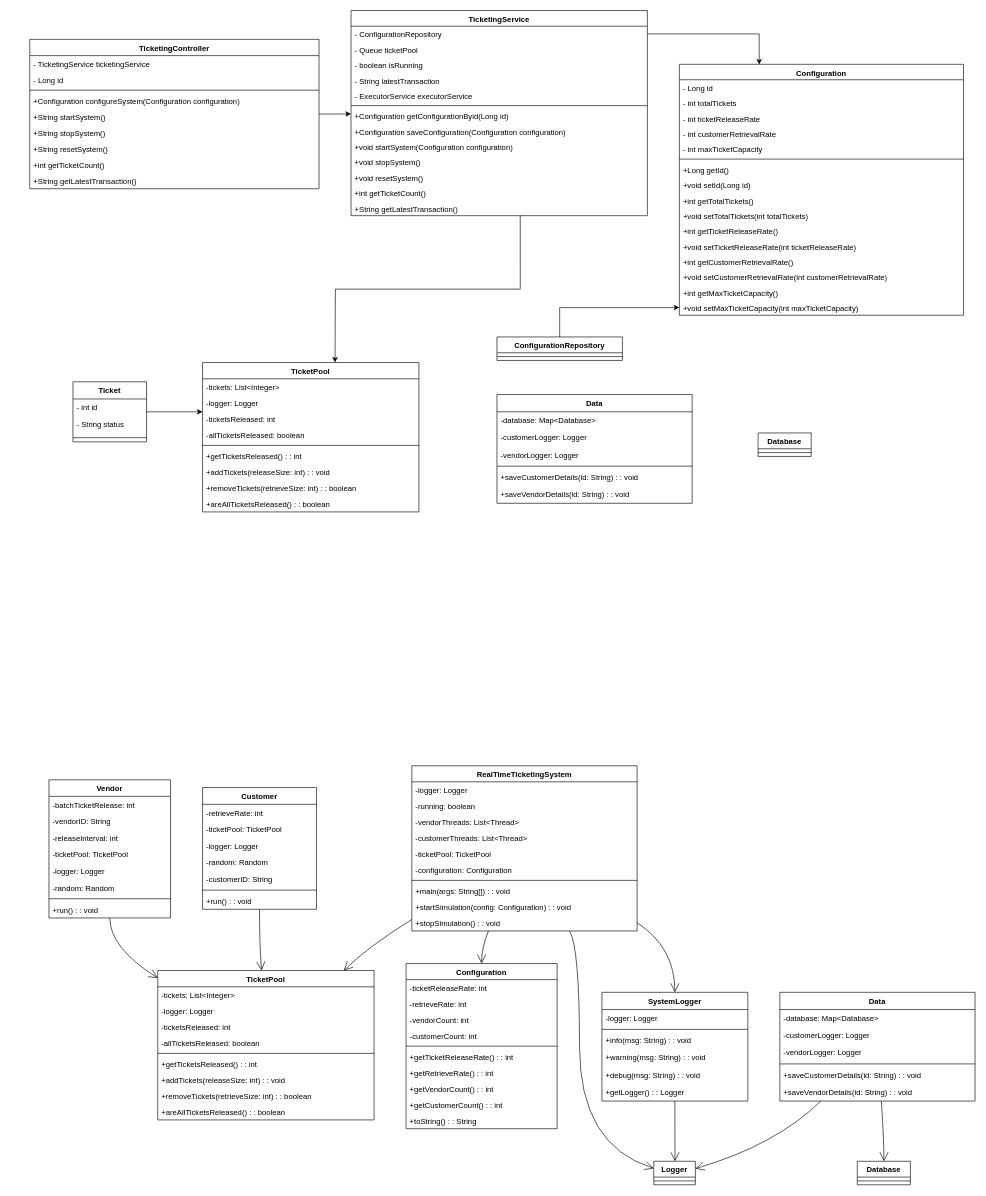
Before: TMS Class Diagram.drawio in ShenalSen/Real-Time-Event-Ticketing-System-with-Advanced-Producer-Consumer-Implementation, a draw.io diagram. Source tidied: cells renumbered, new cells numbered last; positions are measured from the earlier drawing's top-left corner, leaving out a move shared by most shapes. Both pictures are drawn from the tidied source at 64%, with x=0, y=0 at pixel (29, 10).
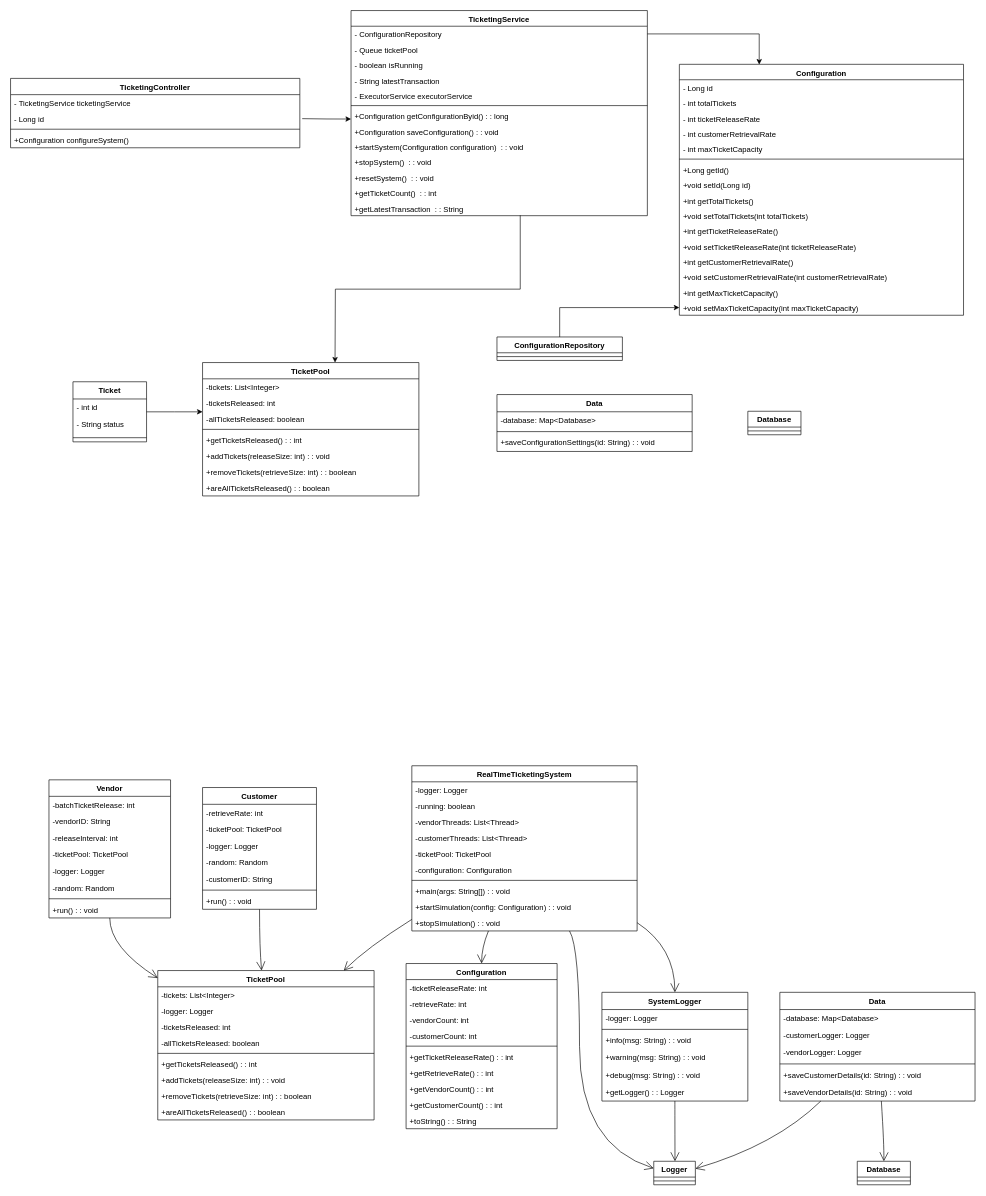
Above is the later version.

Unchanged cells that the change refers to:
```xml
<mxCell id="34" value="TicketingService" style="swimlane;fontStyle=1;align=center;verticalAlign=top;horizontal=1;startSize=24.47692401592548;" parent="1" vertex="1">
  <mxGeometry x="502" width="463" height="320.5" as="geometry" />
</mxCell>
```

Diff of the diagram source:
```diff
@@
-    <mxCell id="2" style="edgeStyle=orthogonalEdgeStyle;rounded=0;jettySize=auto;html=1;entryX=0;entryY=0.372;entryDx=0;entryDy=0;entryPerimeter=0;" parent="1" edge="1" source="3" target="41">
-      <mxGeometry relative="1" as="geometry" />
-    </mxCell>
     <mxCell id="3" value="TicketingController" style="swimlane;fontStyle=1;align=center;verticalAlign=top;horizontal=1;startSize=25.400000678168404;" parent="1" vertex="1">
-      <mxGeometry y="45" width="452" height="233.4" as="geometry" />
+      <mxGeometry x="-30" y="106" width="452" height="108.4" as="geometry" />
     </mxCell>
@@
-    <mxCell id="7" value="+Configuration configureSystem(Configuration configuration)" style="text;strokeColor=none;fillColor=none;align=left;verticalAlign=top;spacingLeft=4;spacingRight=4;overflow=hidden;" parent="3" vertex="1">
+    <mxCell id="7" value="+Configuration configureSystem()" style="text;strokeColor=none;fillColor=none;align=left;verticalAlign=top;spacingLeft=4;spacingRight=4;overflow=hidden;" parent="3" vertex="1">
       <mxGeometry y="83.4" width="452" height="25" as="geometry" />
     </mxCell>
-    <mxCell id="8" value="+String startSystem()" style="text;strokeColor=none;fillColor=none;align=left;verticalAlign=top;spacingLeft=4;spacingRight=4;overflow=hidden;" parent="3" vertex="1">
-      <mxGeometry y="108.4" width="452" height="25" as="geometry" />
-    </mxCell>
-    <mxCell id="9" value="+String stopSystem()" style="text;strokeColor=none;fillColor=none;align=left;verticalAlign=top;spacingLeft=4;spacingRight=4;overflow=hidden;" parent="3" vertex="1">
-      <mxGeometry y="133.4" width="452" height="25" as="geometry" />
-    </mxCell>
-    <mxCell id="10" value="+String resetSystem()" style="text;strokeColor=none;fillColor=none;align=left;verticalAlign=top;spacingLeft=4;spacingRight=4;overflow=hidden;" parent="3" vertex="1">
-      <mxGeometry y="158.4" width="452" height="25" as="geometry" />
-    </mxCell>
-    <mxCell id="11" value="+int getTicketCount()" style="text;strokeColor=none;fillColor=none;align=left;verticalAlign=top;spacingLeft=4;spacingRight=4;overflow=hidden;" parent="3" vertex="1">
-      <mxGeometry y="183.4" width="452" height="25" as="geometry" />
-    </mxCell>
-    <mxCell id="12" value="+String getLatestTransaction()" style="text;strokeColor=none;fillColor=none;align=left;verticalAlign=top;spacingLeft=4;spacingRight=4;overflow=hidden;" parent="3" vertex="1">
-      <mxGeometry y="208.4" width="452" height="25" as="geometry" />
-    </mxCell>
@@
-    <mxCell id="41" value="+Configuration getConfigurationByid(Long id)" style="text;strokeColor=none;fillColor=none;align=left;verticalAlign=top;spacingLeft=4;spacingRight=4;overflow=hidden;points=[[0,0.5],[1,0.5]];portConstraint=eastwest;" parent="34" vertex="1">
+    <mxCell id="41" value="+Configuration getConfigurationByid() : : long" style="text;strokeColor=none;fillColor=none;align=left;verticalAlign=top;spacingLeft=4;spacingRight=4;overflow=hidden;points=[[0,0.5],[1,0.5]];portConstraint=eastwest;" parent="34" vertex="1">
       <mxGeometry y="152.5" width="463" height="24" as="geometry" />
     </mxCell>
-    <mxCell id="42" value="+Configuration saveConfiguration(Configuration configuration)" style="text;strokeColor=none;fillColor=none;align=left;verticalAlign=top;spacingLeft=4;spacingRight=4;overflow=hidden;" parent="34" vertex="1">
+    <mxCell id="42" value="+Configuration saveConfiguration() : : void" style="text;strokeColor=none;fillColor=none;align=left;verticalAlign=top;spacingLeft=4;spacingRight=4;overflow=hidden;" parent="34" vertex="1">
       <mxGeometry y="176.5" width="463" height="24" as="geometry" />
     </mxCell>
-    <mxCell id="43" value="+void startSystem(Configuration configuration)" style="text;strokeColor=none;fillColor=none;align=left;verticalAlign=top;spacingLeft=4;spacingRight=4;overflow=hidden;" parent="34" vertex="1">
+    <mxCell id="43" value="+startSystem(Configuration configuration)  : : void" style="text;strokeColor=none;fillColor=none;align=left;verticalAlign=top;spacingLeft=4;spacingRight=4;overflow=hidden;" parent="34" vertex="1">
       <mxGeometry y="200.5" width="463" height="24" as="geometry" />
     </mxCell>
-    <mxCell id="44" value="+void stopSystem()" style="text;strokeColor=none;fillColor=none;align=left;verticalAlign=top;spacingLeft=4;spacingRight=4;overflow=hidden;" parent="34" vertex="1">
+    <mxCell id="44" value="+stopSystem()  : : void" style="text;strokeColor=none;fillColor=none;align=left;verticalAlign=top;spacingLeft=4;spacingRight=4;overflow=hidden;" parent="34" vertex="1">
       <mxGeometry y="224.5" width="463" height="24" as="geometry" />
     </mxCell>
-    <mxCell id="45" value="+void resetSystem()" style="text;strokeColor=none;fillColor=none;align=left;verticalAlign=top;spacingLeft=4;spacingRight=4;overflow=hidden;" parent="34" vertex="1">
+    <mxCell id="45" value="+resetSystem()  : : void" style="text;strokeColor=none;fillColor=none;align=left;verticalAlign=top;spacingLeft=4;spacingRight=4;overflow=hidden;" parent="34" vertex="1">
       <mxGeometry y="248.5" width="463" height="24" as="geometry" />
     </mxCell>
-    <mxCell id="46" value="+int getTicketCount()" style="text;strokeColor=none;fillColor=none;align=left;verticalAlign=top;spacingLeft=4;spacingRight=4;overflow=hidden;" parent="34" vertex="1">
+    <mxCell id="46" value="+getTicketCount()  : : int" style="text;strokeColor=none;fillColor=none;align=left;verticalAlign=top;spacingLeft=4;spacingRight=4;overflow=hidden;" parent="34" vertex="1">
       <mxGeometry y="272.5" width="463" height="24" as="geometry" />
     </mxCell>
-    <mxCell id="47" value="+String getLatestTransaction()" style="text;strokeColor=none;fillColor=none;align=left;verticalAlign=top;spacingLeft=4;spacingRight=4;overflow=hidden;points=[[0,0.5],[1,0.5]];portConstraint=eastwest;" parent="34" vertex="1">
+    <mxCell id="47" value="+getLatestTransaction  : : String" style="text;strokeColor=none;fillColor=none;align=left;verticalAlign=top;spacingLeft=4;spacingRight=4;overflow=hidden;points=[[0,0.5],[1,0.5]];portConstraint=eastwest;" parent="34" vertex="1">
       <mxGeometry y="296.5" width="463" height="24" as="geometry" />
     </mxCell>
@@
     <mxCell id="127" value="TicketPool" style="swimlane;fontStyle=1;align=center;verticalAlign=top;horizontal=1;startSize=25.400000678168404;" parent="1" vertex="1">
-      <mxGeometry x="270" y="550" width="338" height="233.4" as="geometry" />
+      <mxGeometry x="270" y="550" width="338" height="208.4" as="geometry" />
     </mxCell>
@@
-    <mxCell id="129" value="-logger: Logger" style="text;strokeColor=none;fillColor=none;align=left;verticalAlign=top;spacingLeft=4;spacingRight=4;overflow=hidden;" parent="127" vertex="1">
-      <mxGeometry y="50.4" width="338" height="25" as="geometry" />
-    </mxCell>
     <mxCell id="130" value="-ticketsReleased: int" style="text;strokeColor=none;fillColor=none;align=left;verticalAlign=top;spacingLeft=4;spacingRight=4;overflow=hidden;" parent="127" vertex="1">
-      <mxGeometry y="75.4" width="338" height="25" as="geometry" />
+      <mxGeometry y="50.4" width="338" height="25" as="geometry" />
     </mxCell>
     <mxCell id="131" value="-allTicketsReleased: boolean" style="text;strokeColor=none;fillColor=none;align=left;verticalAlign=top;spacingLeft=4;spacingRight=4;overflow=hidden;" parent="127" vertex="1">
-      <mxGeometry y="100.4" width="338" height="25" as="geometry" />
+      <mxGeometry y="75.4" width="338" height="25" as="geometry" />
     </mxCell>
     <mxCell id="132" style="line;strokeWidth=1;fillColor=none;align=left;verticalAlign=middle;spacingTop=-1;spacingLeft=3;spacingRight=3;labelPosition=right;strokeColor=inherit;" parent="127" vertex="1">
-      <mxGeometry y="125.4" width="338" height="8" as="geometry" />
+      <mxGeometry y="100.4" width="338" height="8" as="geometry" />
     </mxCell>
     <mxCell id="133" value="+getTicketsReleased() : : int" style="text;strokeColor=none;fillColor=none;align=left;verticalAlign=top;spacingLeft=4;spacingRight=4;overflow=hidden;" parent="127" vertex="1">
-      <mxGeometry y="133.4" width="338" height="25" as="geometry" />
+      <mxGeometry y="108.4" width="338" height="25" as="geometry" />
     </mxCell>
     <mxCell id="134" value="+addTickets(releaseSize: int) : : void" style="text;strokeColor=none;fillColor=none;align=left;verticalAlign=top;spacingLeft=4;spacingRight=4;overflow=hidden;" parent="127" vertex="1">
-      <mxGeometry y="158.4" width="338" height="25" as="geometry" />
+      <mxGeometry y="133.4" width="338" height="25" as="geometry" />
     </mxCell>
     <mxCell id="135" value="+removeTickets(retrieveSize: int) : : boolean" style="text;strokeColor=none;fillColor=none;align=left;verticalAlign=top;spacingLeft=4;spacingRight=4;overflow=hidden;" parent="127" vertex="1">
-      <mxGeometry y="183.4" width="338" height="25" as="geometry" />
+      <mxGeometry y="158.4" width="338" height="25" as="geometry" />
     </mxCell>
     <mxCell id="136" value="+areAllTicketsReleased() : : boolean" style="text;strokeColor=none;fillColor=none;align=left;verticalAlign=top;spacingLeft=4;spacingRight=4;overflow=hidden;" parent="127" vertex="1">
-      <mxGeometry y="208.4" width="338" height="25" as="geometry" />
+      <mxGeometry y="183.4" width="338" height="25" as="geometry" />
     </mxCell>
     <mxCell id="137" value="Data" style="swimlane;fontStyle=1;align=center;verticalAlign=top;horizontal=1;startSize=26.899998982747395;" parent="1" vertex="1">
-      <mxGeometry x="730" y="600" width="305" height="169.9" as="geometry" />
+      <mxGeometry x="730" y="600" width="305" height="88.9" as="geometry" />
     </mxCell>
@@
-    <mxCell id="139" value="-customerLogger: Logger" style="text;strokeColor=none;fillColor=none;align=left;verticalAlign=top;spacingLeft=4;spacingRight=4;overflow=hidden;" parent="137" vertex="1">
-      <mxGeometry y="53.9" width="305" height="27" as="geometry" />
-    </mxCell>
-    <mxCell id="140" value="-vendorLogger: Logger" style="text;strokeColor=none;fillColor=none;align=left;verticalAlign=top;spacingLeft=4;spacingRight=4;overflow=hidden;" parent="137" vertex="1">
-      <mxGeometry y="80.9" width="305" height="27" as="geometry" />
-    </mxCell>
     <mxCell id="141" style="line;strokeWidth=1;fillColor=none;align=left;verticalAlign=middle;spacingTop=-1;spacingLeft=3;spacingRight=3;labelPosition=right;strokeColor=inherit;" parent="137" vertex="1">
-      <mxGeometry y="107.9" width="305" height="8" as="geometry" />
+      <mxGeometry y="53.9" width="305" height="8" as="geometry" />
     </mxCell>
-    <mxCell id="142" value="+saveCustomerDetails(id: String) : : void" style="text;strokeColor=none;fillColor=none;align=left;verticalAlign=top;spacingLeft=4;spacingRight=4;overflow=hidden;" parent="137" vertex="1">
-      <mxGeometry y="115.9" width="305" height="27" as="geometry" />
+    <mxCell id="142" value="+saveConfigurationSettings(id: String) : : void" style="text;strokeColor=none;fillColor=none;align=left;verticalAlign=top;spacingLeft=4;spacingRight=4;overflow=hidden;" parent="137" vertex="1">
+      <mxGeometry y="61.9" width="305" height="27" as="geometry" />
     </mxCell>
-    <mxCell id="143" value="+saveVendorDetails(id: String) : : void" style="text;strokeColor=none;fillColor=none;align=left;verticalAlign=top;spacingLeft=4;spacingRight=4;overflow=hidden;" parent="137" vertex="1">
-      <mxGeometry y="142.9" width="305" height="27" as="geometry" />
-    </mxCell>
@@
     <mxCell id="147" value="Database" style="swimlane;fontStyle=1;align=center;verticalAlign=top;horizontal=1;startSize=24.700000762939453;" parent="1" vertex="1">
-      <mxGeometry x="1138" y="660" width="83" height="36.7" as="geometry" />
+      <mxGeometry x="1122" y="626.1" width="83" height="36.7" as="geometry" />
     </mxCell>
@@
+    <mxCell id="149" style="edgeStyle=orthogonalEdgeStyle;rounded=0;orthogonalLoop=1;jettySize=auto;html=1;entryX=-0.008;entryY=0.71;entryDx=0;entryDy=0;entryPerimeter=0;" parent="1" edge="1">
+      <mxGeometry relative="1" as="geometry">
+        <mxPoint x="425.7" y="168.9" as="sourcePoint" />
+        <mxPoint x="502" y="169.5" as="targetPoint" />
+      </mxGeometry>
+    </mxCell>
```
